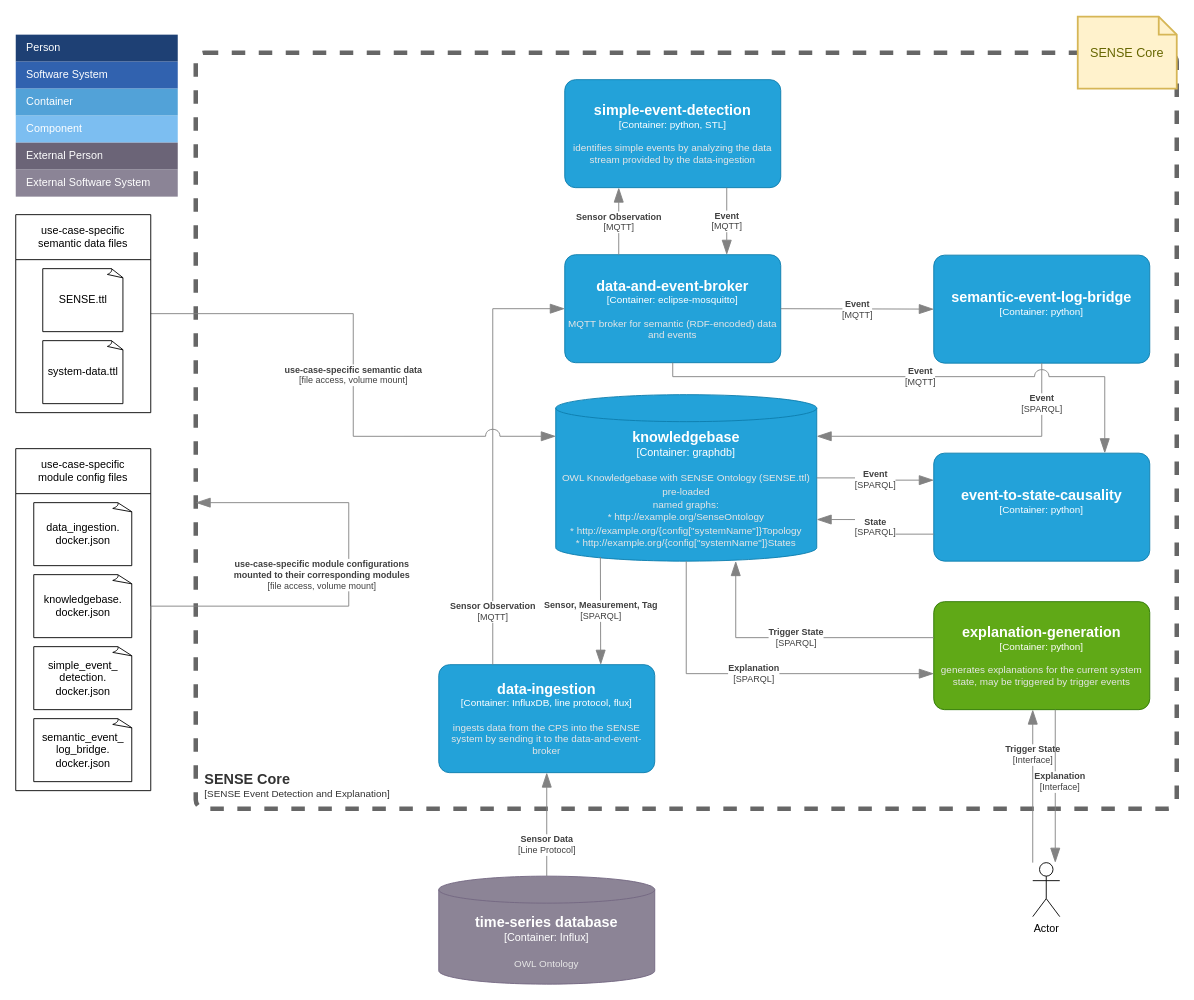
Before: page "Level2-ContainerDiagram" (2 of 4) of doc/SENSE-Core-C4-Model.drawio in wu-semsys/SENSE-Core, a draw.io diagram. Source tidied: cells renumbered, new cells numbered last; positions are measured from the earlier drawing's top-left corner, leaving out a move shared by most shapes. Both pictures are drawn from the tidied source at 90%, with x=0, y=0 at pixel (15, 16).
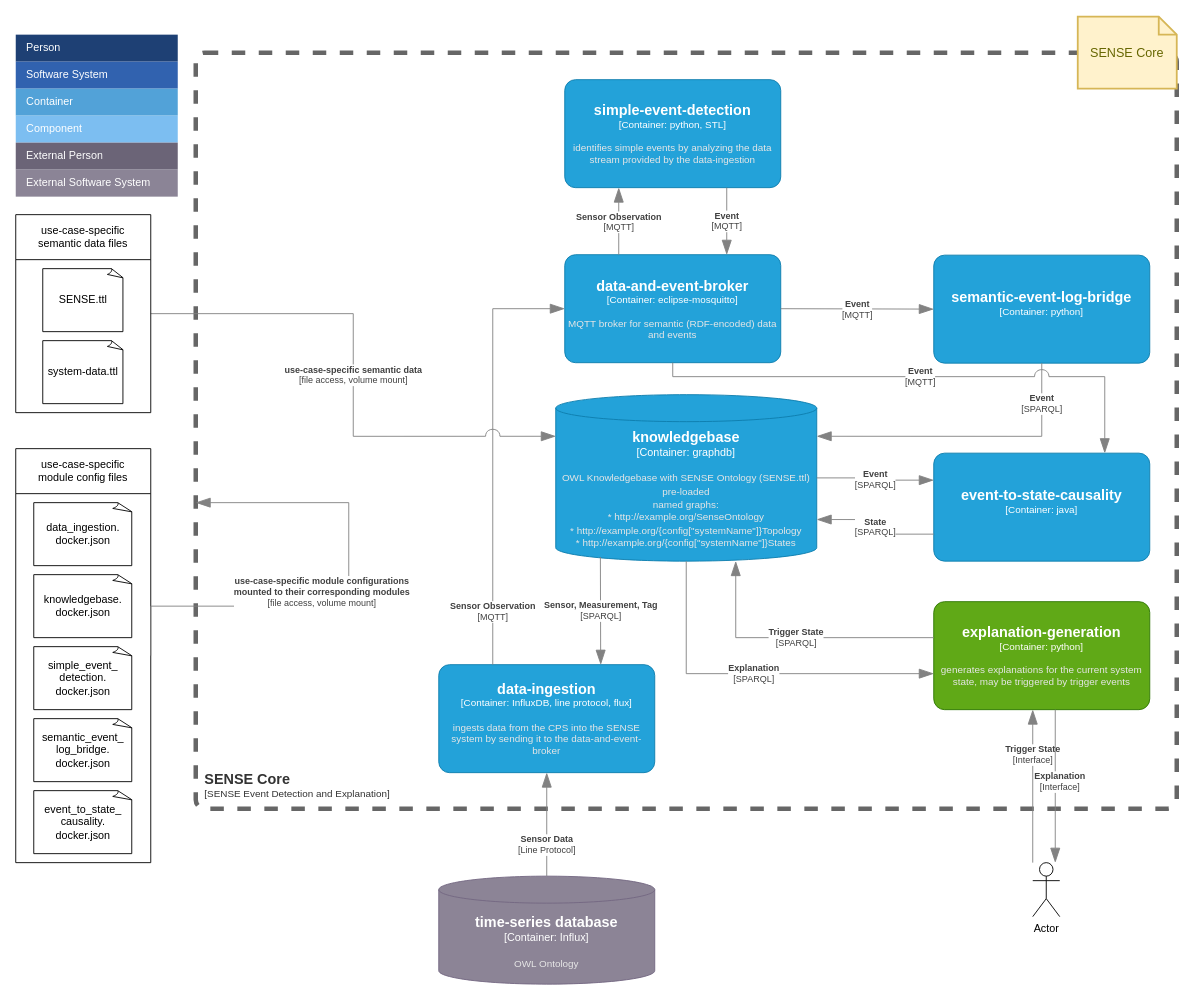
After the change.

What changed in the source:
```diff
@@
-    <object id="17" label="&lt;font style=&quot;font-size: 16px&quot;&gt;&lt;b&gt;%c4Name%&lt;/b&gt;&lt;/font&gt;&lt;div&gt;[%c4Type%: %c4Technology%]&lt;/div&gt;&lt;br&gt;&lt;div&gt;&lt;font style=&quot;font-size: 11px&quot;&gt;&lt;font color=&quot;#E6E6E6&quot;&gt;%c4Description%&lt;/font&gt;&lt;/div&gt;" c4Description="" c4Name="event-to-state-causality" c4Technology="python" c4Type="Container" placeholders="1">
+    <object id="17" label="&lt;font style=&quot;font-size: 16px&quot;&gt;&lt;b&gt;%c4Name%&lt;/b&gt;&lt;/font&gt;&lt;div&gt;[%c4Type%: %c4Technology%]&lt;/div&gt;&lt;br&gt;&lt;div&gt;&lt;font style=&quot;font-size: 11px&quot;&gt;&lt;font color=&quot;#E6E6E6&quot;&gt;%c4Description%&lt;/font&gt;&lt;/div&gt;" c4Description="" c4Name="event-to-state-causality" c4Technology="java" c4Type="Container" placeholders="1">
       <mxCell style="rounded=1;whiteSpace=wrap;html=1;fontSize=11;labelBackgroundColor=none;fillColor=#23A2D9;fontColor=#ffffff;align=center;arcSize=10;strokeColor=#0E7DAD;points=[[0.25,0,0],[0.5,0,0],[0.75,0,0],[1,0.25,0],[1,0.5,0],[1,0.75,0],[0.75,1,0],[0.5,1,0],[0.25,1,0],[0,0.75,0],[0,0.5,0],[0,0.25,0]];" parent="1" vertex="1">
         <mxGeometry x="1020" y="485" width="240" height="120" as="geometry" />
       </mxCell>
     </object>
@@
     <mxCell id="33" value="&lt;span style=&quot;font-weight: 400; text-wrap: nowrap; background-color: rgb(255, 255, 255);&quot;&gt;use-case-specific&lt;/span&gt;&lt;div&gt;&lt;span style=&quot;font-weight: 400; text-wrap: nowrap; background-color: rgb(255, 255, 255);&quot;&gt;module config files&lt;/span&gt;&lt;/div&gt;" style="swimlane;whiteSpace=wrap;html=1;startSize=50;" parent="1" vertex="1">
-      <mxGeometry y="480" width="150" height="380" as="geometry" />
+      <mxGeometry y="480" width="150" height="460" as="geometry" />
     </mxCell>
@@
+    <mxCell id="44" value="event_to_state_&lt;br&gt;causality.&lt;br&gt;docker.json" style="whiteSpace=wrap;html=1;shape=mxgraph.basic.document;" parent="33" vertex="1">
+      <mxGeometry x="20" y="380" width="110" height="70" as="geometry" />
+    </mxCell>
```
